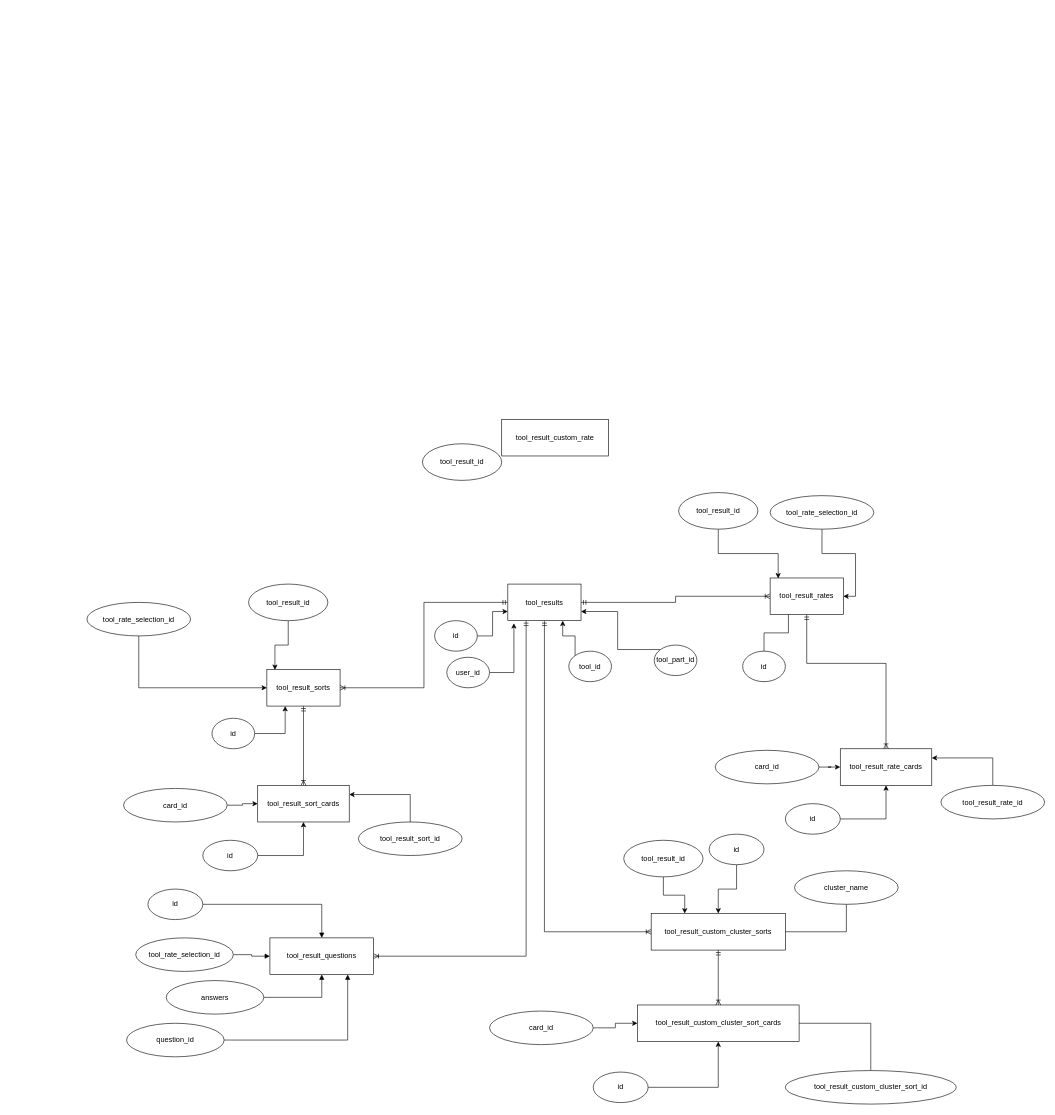
Above: Untitled Diagram.drawio in janpaulalmanoche/zz (draw.io), before the change. Source tidied: cells renumbered, new cells numbered last; positions are measured from the earlier drawing's top-left corner, leaving out a move shared by most shapes. Both pictures are drawn from the tidied source at 61%, with x=0, y=0 at pixel (87, 419).
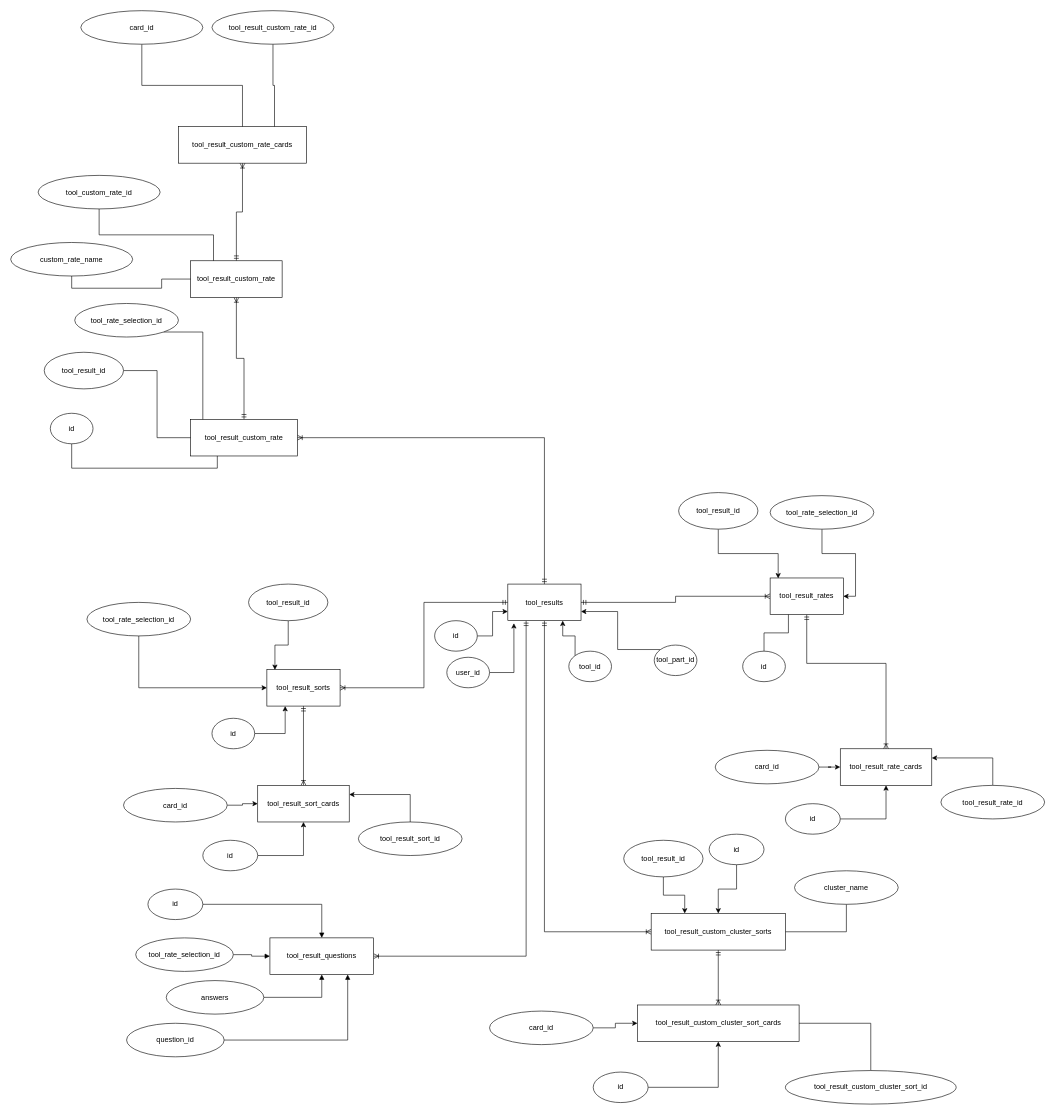
Above is the later version.

The change refers to these unchanged cells:
```xml
<mxCell id="6" value="tool_results" style="rounded=0;whiteSpace=wrap;html=1;" parent="1" vertex="1">
  <mxGeometry x="690" y="270" width="120" height="60" as="geometry" />
</mxCell>
```

What changed in the source:
```diff
@@
+    <mxCell id="71" style="edgeStyle=orthogonalEdgeStyle;rounded=0;jettySize=auto;html=1;exitX=1;exitY=0.5;exitDx=0;exitDy=0;endArrow=ERmandOne;endFill=0;startArrow=ERoneToMany;startFill=0;" parent="1" edge="1" source="69" target="6">
+      <mxGeometry relative="1" as="geometry" />
+    </mxCell>
+    <mxCell id="72" style="edgeStyle=orthogonalEdgeStyle;rounded=0;jettySize=auto;html=1;exitX=0.5;exitY=0;exitDx=0;exitDy=0;entryX=0.5;entryY=1;entryDx=0;entryDy=0;startArrow=ERmandOne;startFill=0;endArrow=ERoneToMany;endFill=0;" parent="1" edge="1" source="69" target="79">
+      <mxGeometry relative="1" as="geometry" />
+    </mxCell>
     <mxCell id="69" value="tool_result_custom_rate" style="rounded=0;whiteSpace=wrap;html=1;" parent="1" vertex="1">
-      <mxGeometry x="680" width="175" height="60" as="geometry" />
+      <mxGeometry x="170" width="175" height="60" as="geometry" />
     </mxCell>
+    <mxCell id="73" style="edgeStyle=orthogonalEdgeStyle;rounded=0;jettySize=auto;html=1;exitX=1;exitY=0.5;exitDx=0;exitDy=0;entryX=0;entryY=0.5;entryDx=0;entryDy=0;startArrow=none;startFill=0;endArrow=none;endFill=0;" parent="1" edge="1" source="70" target="69">
+      <mxGeometry relative="1" as="geometry" />
+    </mxCell>
     <mxCell id="70" value="tool_result_id" style="ellipse;whiteSpace=wrap;html=1;" parent="1" vertex="1">
-      <mxGeometry x="550" y="40" width="130" height="60" as="geometry" />
+      <mxGeometry x="-70" y="-110" width="130" height="60" as="geometry" />
     </mxCell>
+    <mxCell id="74" style="edgeStyle=orthogonalEdgeStyle;rounded=0;jettySize=auto;html=1;exitX=1;exitY=1;exitDx=0;exitDy=0;startArrow=none;startFill=0;endArrow=none;endFill=0;" parent="1" edge="1" source="75" target="69">
+      <mxGeometry relative="1" as="geometry">
+        <Array as="points">
+          <mxPoint x="190" y="-143" />
+        </Array>
+      </mxGeometry>
+    </mxCell>
+    <mxCell id="75" value="tool_rate_selection_id" style="ellipse;whiteSpace=wrap;html=1;" parent="1" vertex="1">
+      <mxGeometry x="-20" y="-190" width="170" height="55" as="geometry" />
+    </mxCell>
+    <mxCell id="76" style="edgeStyle=orthogonalEdgeStyle;rounded=0;jettySize=auto;html=1;exitX=0.5;exitY=1;exitDx=0;exitDy=0;entryX=0.25;entryY=1;entryDx=0;entryDy=0;startArrow=none;startFill=0;endArrow=none;endFill=0;" parent="1" edge="1" source="77" target="69">
+      <mxGeometry relative="1" as="geometry" />
+    </mxCell>
+    <mxCell id="77" value="id" style="ellipse;whiteSpace=wrap;html=1;" parent="1" vertex="1">
+      <mxGeometry x="-60" y="-10" width="70" height="50" as="geometry" />
+    </mxCell>
+    <mxCell id="78" style="edgeStyle=orthogonalEdgeStyle;rounded=0;jettySize=auto;html=1;exitX=0.5;exitY=0;exitDx=0;exitDy=0;startArrow=ERmandOne;startFill=0;endArrow=ERoneToMany;endFill=0;" parent="1" edge="1" source="79" target="84">
+      <mxGeometry relative="1" as="geometry" />
+    </mxCell>
+    <mxCell id="79" value="tool_result_custom_rate" style="rounded=0;whiteSpace=wrap;html=1;" parent="1" vertex="1">
+      <mxGeometry x="170" y="-260" width="150" height="60" as="geometry" />
+    </mxCell>
+    <mxCell id="80" style="edgeStyle=orthogonalEdgeStyle;rounded=0;jettySize=auto;html=1;exitX=0.5;exitY=1;exitDx=0;exitDy=0;entryX=0.25;entryY=0;entryDx=0;entryDy=0;startArrow=none;startFill=0;endArrow=none;endFill=0;" parent="1" edge="1" source="81" target="79">
+      <mxGeometry relative="1" as="geometry" />
+    </mxCell>
+    <mxCell id="81" value="tool_custom_rate_id" style="ellipse;whiteSpace=wrap;html=1;" parent="1" vertex="1">
+      <mxGeometry x="-80" y="-400" width="200" height="55" as="geometry" />
+    </mxCell>
+    <mxCell id="82" style="edgeStyle=orthogonalEdgeStyle;rounded=0;jettySize=auto;html=1;exitX=0.5;exitY=1;exitDx=0;exitDy=0;startArrow=none;startFill=0;endArrow=none;endFill=0;" parent="1" edge="1" source="83" target="79">
+      <mxGeometry relative="1" as="geometry" />
+    </mxCell>
+    <mxCell id="83" value="custom_rate_name" style="ellipse;whiteSpace=wrap;html=1;" parent="1" vertex="1">
+      <mxGeometry x="-125" y="-290" width="200" height="55" as="geometry" />
+    </mxCell>
+    <mxCell id="84" value="tool_result_custom_rate_cards" style="rounded=0;whiteSpace=wrap;html=1;" parent="1" vertex="1">
+      <mxGeometry x="150" y="-480" width="210" height="60" as="geometry" />
+    </mxCell>
+    <mxCell id="85" style="edgeStyle=orthogonalEdgeStyle;rounded=0;jettySize=auto;html=1;exitX=0.5;exitY=1;exitDx=0;exitDy=0;startArrow=none;startFill=0;endArrow=none;endFill=0;" parent="1" edge="1" source="86" target="84">
+      <mxGeometry relative="1" as="geometry" />
+    </mxCell>
+    <mxCell id="86" value="card_id" style="ellipse;whiteSpace=wrap;html=1;" parent="1" vertex="1">
+      <mxGeometry x="-10" y="-670" width="200" height="55" as="geometry" />
+    </mxCell>
+    <mxCell id="87" style="edgeStyle=orthogonalEdgeStyle;rounded=0;jettySize=auto;html=1;exitX=0.5;exitY=1;exitDx=0;exitDy=0;entryX=0.75;entryY=0;entryDx=0;entryDy=0;startArrow=none;startFill=0;endArrow=none;endFill=0;" parent="1" edge="1" source="88" target="84">
+      <mxGeometry relative="1" as="geometry" />
+    </mxCell>
+    <mxCell id="88" value="tool_result_custom_rate_id" style="ellipse;whiteSpace=wrap;html=1;" parent="1" vertex="1">
+      <mxGeometry x="205" y="-670" width="200" height="55" as="geometry" />
+    </mxCell>
```
